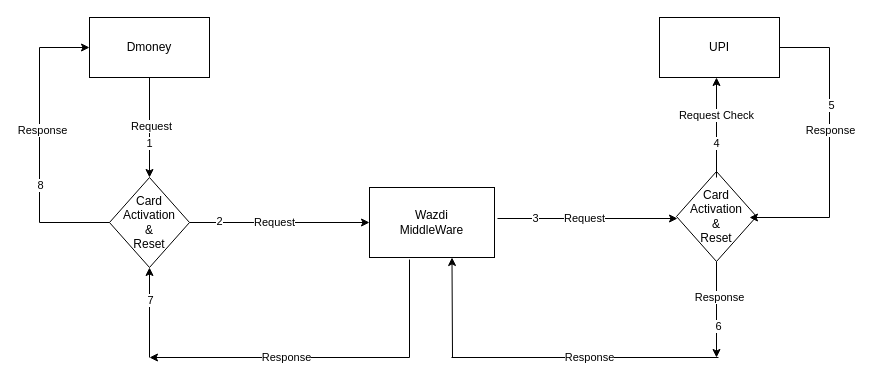
The draw.io diagram page "Single API Data Flow" (6 of 6) of Untitled Diagram.drawio in hanifuddin15/LocalApiTest, before the edit. Source tidied: cells renumbered, new cells numbered last; positions are measured from the earlier drawing's top-left corner, leaving out a move shared by most shapes. Both pictures are drawn from the tidied source at 100%, with x=0, y=0 at pixel (39, 17).
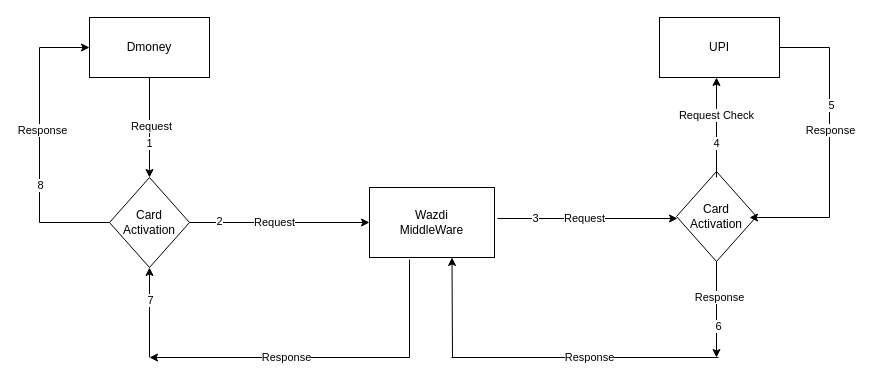
The same diagram, later.

Change to the diagram source:
```diff
@@
-    <mxCell id="11" value="Card Activation&lt;br&gt;&amp;amp;&lt;br&gt;Reset" style="rhombus;whiteSpace=wrap;html=1;" parent="1" vertex="1">
+    <mxCell id="11" value="Card Activation&lt;br&gt;" style="rhombus;whiteSpace=wrap;html=1;" parent="1" vertex="1">
       <mxGeometry x="70" y="160" width="80" height="90" as="geometry" />
     </mxCell>
-    <mxCell id="12" value="Card Activation&lt;br&gt;&amp;amp;&lt;br&gt;Reset" style="rhombus;whiteSpace=wrap;html=1;" parent="1" vertex="1">
+    <mxCell id="12" value="Card Activation&lt;br&gt;" style="rhombus;whiteSpace=wrap;html=1;" parent="1" vertex="1">
       <mxGeometry x="637" y="154" width="80" height="90" as="geometry" />
     </mxCell>
```
